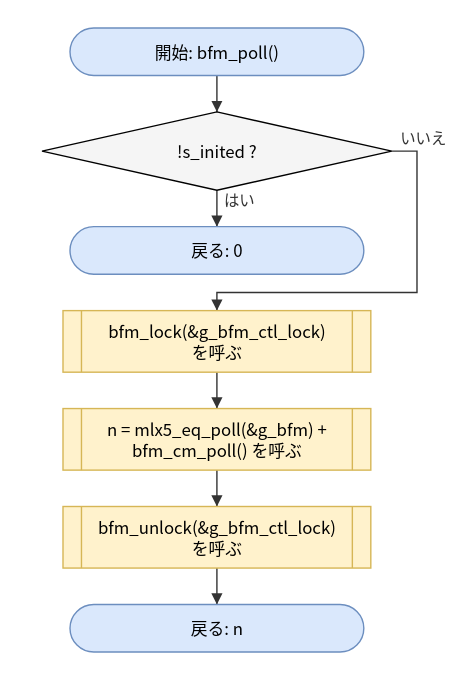
The draw.io diagram doc/spec/images/flow_src_bfm_core-bfm_poll.drawio.svg in hf355051012-ai/bfmem, before a commit. Source tidied: cells renumbered, new cells last; positions are measured from the earlier drawing's top-left corner, leaving out a move shared by most shapes.
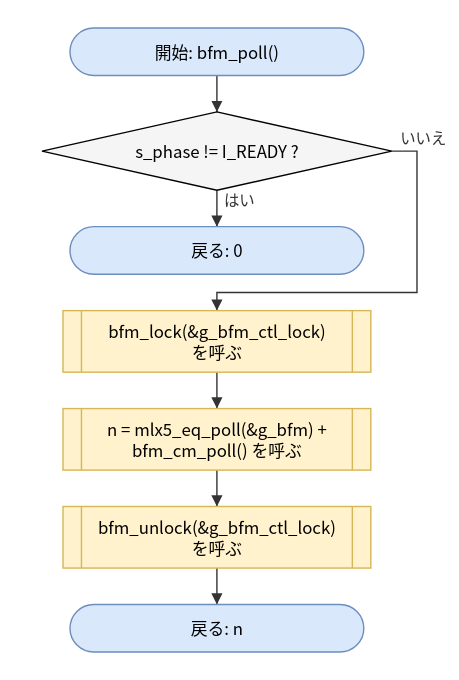
Later version of the same file.

What changed in the source:
```diff
@@ -5,7 +5,7 @@
     <mxCell id="2" value="開始: bfm_poll()" style="rounded=1;arcSize=50;whiteSpace=wrap;html=1;fillColor=#dae8fc;strokeColor=#6c8ebf;" parent="1" vertex="1">
       <mxGeometry x="20" width="210" height="34" as="geometry" />
     </mxCell>
-    <mxCell id="3" value="!s_inited ?" style="rhombus;whiteSpace=wrap;html=1;fillColor=#f5f5f5;" parent="1" vertex="1">
+    <mxCell id="3" value="s_phase != I_READY ?" style="rhombus;whiteSpace=wrap;html=1;fillColor=#f5f5f5;" parent="1" vertex="1">
       <mxGeometry y="60" width="250" height="56" as="geometry" />
     </mxCell>
     <mxCell id="4" value="戻る: 0" style="rounded=1;arcSize=50;whiteSpace=wrap;html=1;fillColor=#dae8fc;strokeColor=#6c8ebf;" parent="1" vertex="1">
```
